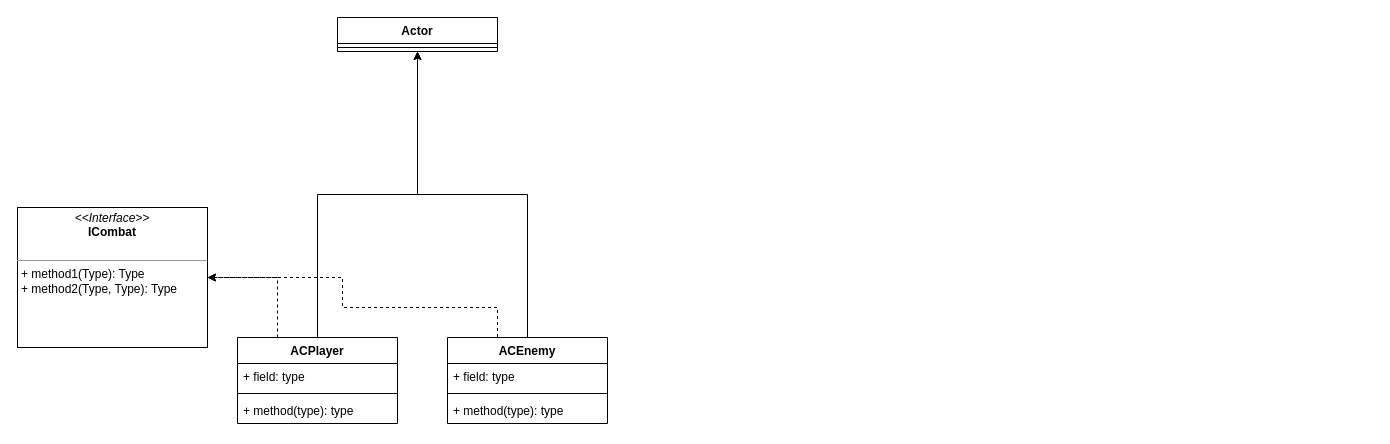
Prior-learning/TopViewProject keeps this draw.io diagram as 제목 없는 다이어그램.drawio. Above is the earlier version. Source tidied: cells renumbered, new cells numbered last; positions are measured from the earlier drawing's top-left corner, leaving out a move shared by most shapes. Both pictures are drawn from the tidied source at 100%, with x=0, y=0 at pixel (17, 17).
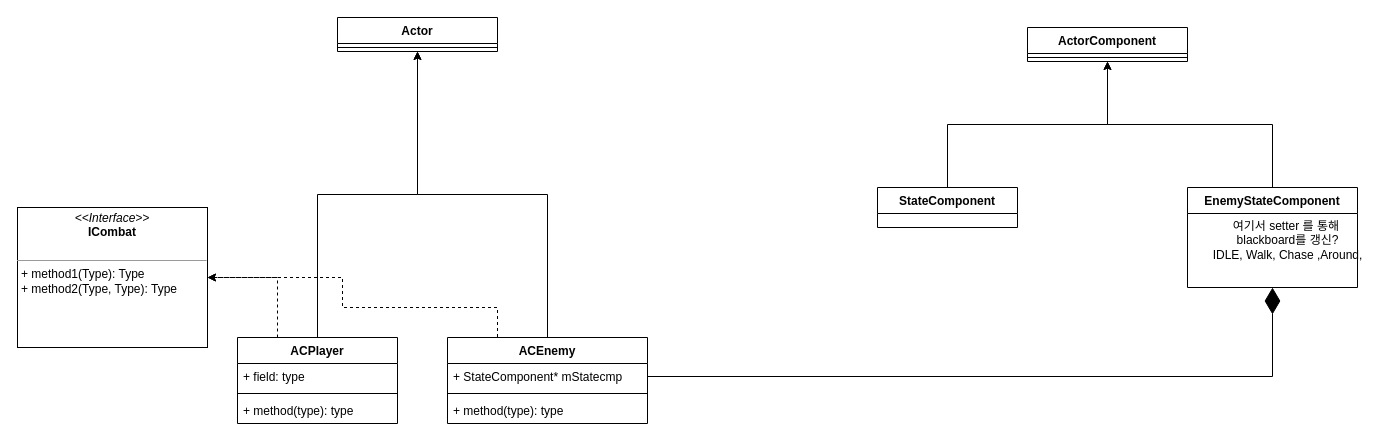
Above is the later version.

Commit message:
제목 없는 다이어그램.drawio 업데이트

The edit, as a diff of the source:
```diff
@@
     <mxCell id="13" value="ACEnemy" style="swimlane;fontStyle=1;align=center;verticalAlign=top;horizontal=1;startSize=26;whiteSpace=wrap;html=1;" parent="1" vertex="1">
-      <mxGeometry x="430" y="320" width="160" height="86" as="geometry" />
+      <mxGeometry x="430" y="320" width="200" height="86" as="geometry" />
     </mxCell>
-    <mxCell id="14" value="+ field: type" style="text;strokeColor=none;fillColor=none;align=left;verticalAlign=top;spacingLeft=4;spacingRight=4;overflow=hidden;points=[[0,0.5],[1,0.5]];portConstraint=eastwest;whiteSpace=wrap;html=1;" parent="13" vertex="1">
-      <mxGeometry y="26" width="160" height="26" as="geometry" />
+    <mxCell id="14" value="+ StateComponent* mStatecmp&lt;div&gt;&lt;br/&gt;&lt;/div&gt;" style="text;strokeColor=none;fillColor=none;align=left;verticalAlign=top;spacingLeft=4;spacingRight=4;overflow=hidden;points=[[0,0.5],[1,0.5]];portConstraint=eastwest;whiteSpace=wrap;html=1;" parent="13" vertex="1">
+      <mxGeometry y="26" width="200" height="26" as="geometry" />
     </mxCell>
     <mxCell id="15" style="line;strokeWidth=1;fillColor=none;align=left;verticalAlign=middle;spacingTop=-1;spacingLeft=3;spacingRight=3;labelPosition=right;strokeColor=inherit;" parent="13" vertex="1">
-      <mxGeometry y="52" width="160" height="8" as="geometry" />
+      <mxGeometry y="52" width="200" height="8" as="geometry" />
     </mxCell>
     <mxCell id="16" value="+ method(type): type" style="text;strokeColor=none;fillColor=none;align=left;verticalAlign=top;spacingLeft=4;spacingRight=4;overflow=hidden;whiteSpace=wrap;html=1;" parent="13" vertex="1">
-      <mxGeometry y="60" width="160" height="26" as="geometry" />
+      <mxGeometry y="60" width="200" height="26" as="geometry" />
     </mxCell>
+    <mxCell id="17" value="ActorComponent&lt;div&gt;&lt;br/&gt;&lt;/div&gt;" style="swimlane;fontStyle=1;align=center;verticalAlign=top;horizontal=1;startSize=26;whiteSpace=wrap;html=1;" parent="1" vertex="1">
+      <mxGeometry x="1010" y="10" width="160" height="34" as="geometry" />
+    </mxCell>
+    <mxCell id="18" style="line;strokeWidth=1;fillColor=none;align=left;verticalAlign=middle;spacingTop=-1;spacingLeft=3;spacingRight=3;labelPosition=right;strokeColor=inherit;" parent="17" vertex="1">
+      <mxGeometry y="26" width="160" height="8" as="geometry" />
+    </mxCell>
+    <mxCell id="19" style="edgeStyle=orthogonalEdgeStyle;rounded=0;jettySize=auto;html=1;exitX=0.5;exitY=0;exitDx=0;exitDy=0;" parent="1" edge="1" source="20" target="17">
+      <mxGeometry relative="1" as="geometry" />
+    </mxCell>
+    <mxCell id="20" value="StateComponent&lt;div&gt;&lt;br/&gt;&lt;/div&gt;" style="swimlane;fontStyle=1;align=center;verticalAlign=top;horizontal=1;startSize=26;whiteSpace=wrap;html=1;" parent="1" vertex="1" collapsed="1">
+      <mxGeometry x="860" y="170" width="140" height="40" as="geometry" />
+    </mxCell>
+    <mxCell id="21" style="edgeStyle=orthogonalEdgeStyle;rounded=0;jettySize=auto;html=1;" parent="1" edge="1" source="22" target="17">
+      <mxGeometry relative="1" as="geometry" />
+    </mxCell>
+    <mxCell id="22" value="EnemyStateComponent&lt;div&gt;&lt;br&gt;&lt;/div&gt;" style="swimlane;fontStyle=1;align=center;verticalAlign=top;horizontal=1;startSize=26;whiteSpace=wrap;html=1;" parent="1" vertex="1" collapsed="1">
+      <mxGeometry x="1170" y="170" width="170" height="100" as="geometry" />
+    </mxCell>
+    <mxCell id="23" style="endArrow=diamondThin;endFill=1;endSize=24;html=1;rounded=0;exitX=1;exitY=0.5;exitDx=0;exitDy=0;entryX=0.5;entryY=1;entryDx=0;entryDy=0;" parent="1" edge="1" source="14" target="22">
+      <mxGeometry relative="1" as="geometry">
+        <Array as="points">
+          <mxPoint x="1255" y="359" />
+        </Array>
+      </mxGeometry>
+    </mxCell>
+    <mxCell id="24" value="여기서 setter 를 통해&amp;nbsp;&lt;br&gt;blackboard를 갱신?&lt;br&gt;IDLE, Walk, Chase ,Around," style="text;html=1;align=center;verticalAlign=middle;strokeColor=none;fillColor=none;" parent="1" vertex="1">
+      <mxGeometry x="1185" y="193" width="170" height="60" as="geometry" />
+    </mxCell>
```
